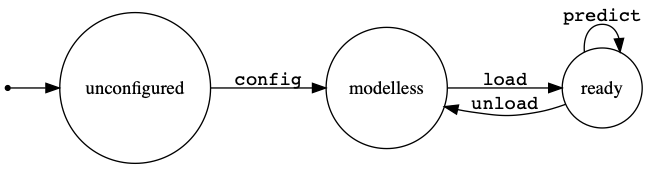
This is common/predictive-text/docs/lmlayer-states.png from keymanapp/keyman, a Graphviz export, as it was before one commit. Its source is kept beside it as common/predictive-text/docs/lmlayer-states.dot.
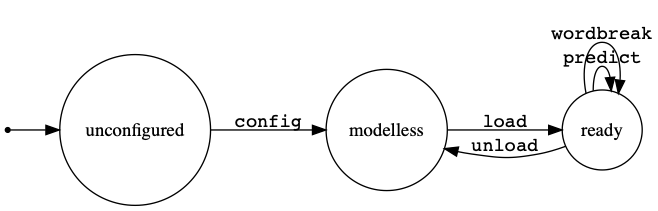
Later version of the same file.

The edit, as a diff of the source:
```diff
@@ -9,5 +9,6 @@
   unconfigured -> modelless [label="config"];
   modelless -> ready [label="load"];
   ready -> ready [label="predict"];
+  ready -> ready [label="wordbreak"];
   ready -> modelless [label="unload"];
 }
```
